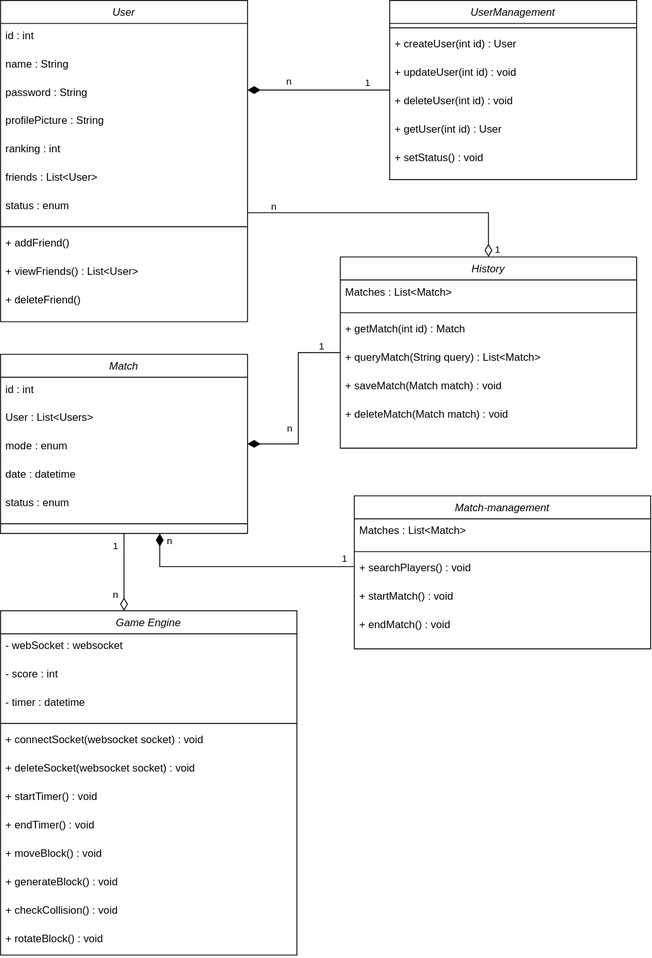
Before: docs/diagrams/class_diagram.svg, a diagram exported from draw.io (13TRIS/13TRIS). Source tidied: cells renumbered, new cells last; positions are measured from the earlier drawing's top-left corner, leaving out a move shared by most shapes.
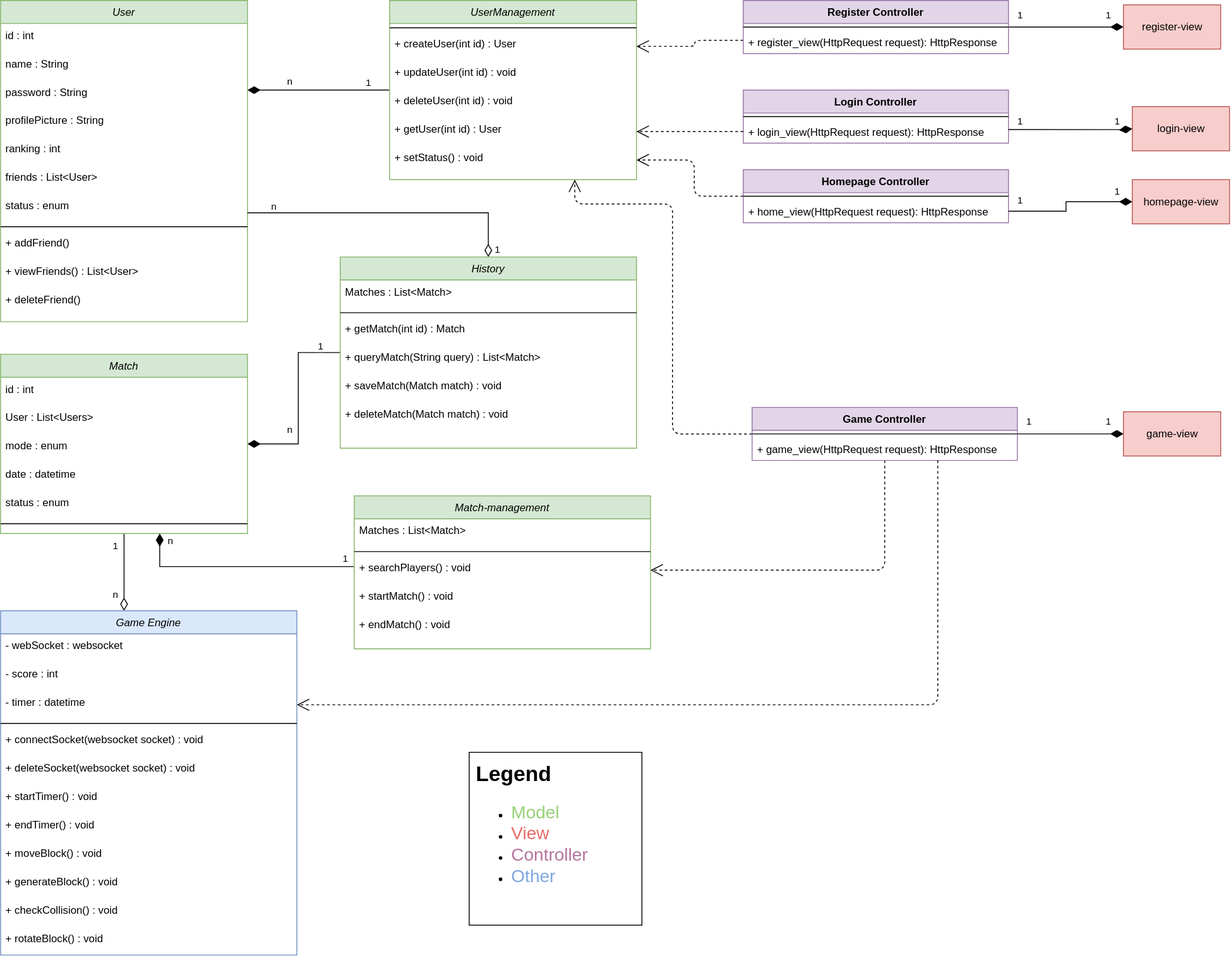
The same diagram one commit later.

Commit message:
TETRIS-73 : Updated SAD and class diagram. Data view and deployment view are still missing but should be added in the future.

Diff of the diagram source:
```diff
@@ -2,7 +2,7 @@
   <root>
     <mxCell id="0" />
     <mxCell id="1" parent="0" />
-    <mxCell id="2" value="User" style="swimlane;fontStyle=2;align=center;verticalAlign=top;horizontal=1;startSize=26;rounded=0;shadow=0;strokeWidth=1;" parent="1" vertex="1">
+    <mxCell id="2" value="User" style="swimlane;fontStyle=2;align=center;verticalAlign=top;horizontal=1;startSize=26;rounded=0;shadow=0;strokeWidth=1;fillColor=#d5e8d4;strokeColor=#82b366;" parent="1" vertex="1">
       <mxGeometry width="279.2" height="363.2" as="geometry" />
     </mxCell>
     <mxCell id="3" value="id : int" style="text;align=left;verticalAlign=top;spacingLeft=4;spacingRight=4;overflow=hidden;" parent="2" vertex="1">
@@ -56,7 +56,7 @@
         <mxPoint x="-1" y="-10" as="offset" />
       </mxGeometry>
     </mxCell>
-    <mxCell id="17" value="UserManagement" style="swimlane;fontStyle=2;align=center;verticalAlign=top;horizontal=1;startSize=26;rounded=0;shadow=0;strokeWidth=1;" parent="1" vertex="1">
+    <mxCell id="17" value="UserManagement" style="swimlane;fontStyle=2;align=center;verticalAlign=top;horizontal=1;startSize=26;rounded=0;shadow=0;strokeWidth=1;fillColor=#d5e8d4;strokeColor=#82b366;" parent="1" vertex="1">
       <mxGeometry x="440" width="279.2" height="202.6" as="geometry" />
     </mxCell>
     <mxCell id="18" style="line;html=1;strokeWidth=1;align=left;verticalAlign=middle;spacingTop=-1;spacingLeft=3;spacingRight=3;labelPosition=right;" parent="17" vertex="1">
@@ -95,7 +95,7 @@
         <mxPoint x="-10" y="3" as="offset" />
       </mxGeometry>
     </mxCell>
-    <mxCell id="27" value="Match" style="swimlane;fontStyle=2;align=center;verticalAlign=top;horizontal=1;startSize=26;rounded=0;shadow=0;strokeWidth=1;" parent="1" vertex="1">
+    <mxCell id="27" value="Match" style="swimlane;fontStyle=2;align=center;verticalAlign=top;horizontal=1;startSize=26;rounded=0;shadow=0;strokeWidth=1;fillColor=#d5e8d4;strokeColor=#82b366;" parent="1" vertex="1">
       <mxGeometry y="400" width="279.2" height="202.6" as="geometry" />
     </mxCell>
     <mxCell id="28" value="id : int" style="text;align=left;verticalAlign=top;spacingLeft=4;spacingRight=4;overflow=hidden;" parent="27" vertex="1">
@@ -146,7 +146,7 @@
         <mxPoint x="8" y="-6" as="offset" />
       </mxGeometry>
     </mxCell>
-    <mxCell id="40" value="History" style="swimlane;fontStyle=2;align=center;verticalAlign=top;horizontal=1;startSize=26;rounded=0;shadow=0;strokeWidth=1;" parent="1" vertex="1">
+    <mxCell id="40" value="History" style="swimlane;fontStyle=2;align=center;verticalAlign=top;horizontal=1;startSize=26;rounded=0;shadow=0;strokeWidth=1;fillColor=#d5e8d4;strokeColor=#82b366;" parent="1" vertex="1">
       <mxGeometry x="384.1" y="290" width="335.1" height="216.2" as="geometry" />
     </mxCell>
     <mxCell id="41" value="Matches : List&lt;Match&gt;" style="text;align=left;verticalAlign=top;spacingLeft=4;spacingRight=4;overflow=hidden;" parent="40" vertex="1">
@@ -184,7 +184,7 @@
         <mxPoint x="-80" y="-30" as="offset" />
       </mxGeometry>
     </mxCell>
-    <mxCell id="50" value="Match-management" style="swimlane;fontStyle=2;align=center;verticalAlign=top;horizontal=1;startSize=26;rounded=0;shadow=0;strokeWidth=1;" parent="1" vertex="1">
+    <mxCell id="50" value="Match-management" style="swimlane;fontStyle=2;align=center;verticalAlign=top;horizontal=1;startSize=26;rounded=0;shadow=0;strokeWidth=1;fillColor=#d5e8d4;strokeColor=#82b366;" parent="1" vertex="1">
       <mxGeometry x="400" y="560" width="335.1" height="172.9" as="geometry" />
     </mxCell>
     <mxCell id="51" value="Matches : List&lt;Match&gt;" style="text;align=left;verticalAlign=top;spacingLeft=4;spacingRight=4;overflow=hidden;" parent="50" vertex="1">
@@ -202,7 +202,7 @@
     <mxCell id="55" value="+ endMatch() : void" style="text;align=left;verticalAlign=top;spacingLeft=4;spacingRight=4;overflow=hidden;" parent="50" vertex="1">
       <mxGeometry y="132.2" width="335.1" height="32.1" as="geometry" />
     </mxCell>
-    <mxCell id="56" value="Game Engine" style="swimlane;fontStyle=2;align=center;verticalAlign=top;horizontal=1;startSize=26;rounded=0;shadow=0;strokeWidth=1;" parent="1" vertex="1">
+    <mxCell id="56" value="Game Engine" style="swimlane;fontStyle=2;align=center;verticalAlign=top;horizontal=1;startSize=26;rounded=0;shadow=0;strokeWidth=1;fillColor=#dae8fc;strokeColor=#6c8ebf;" parent="1" vertex="1">
       <mxGeometry y="690" width="335.1" height="389.2" as="geometry" />
     </mxCell>
     <mxCell id="57" value="- webSocket : websocket" style="text;align=left;verticalAlign=top;spacingLeft=4;spacingRight=4;overflow=hidden;" parent="56" vertex="1">
@@ -241,5 +241,149 @@
     <mxCell id="68" value="+ rotateBlock() : void" style="text;align=left;verticalAlign=top;spacingLeft=4;spacingRight=4;overflow=hidden;" parent="56" vertex="1">
       <mxGeometry y="357.1" width="335.1" height="32.1" as="geometry" />
     </mxCell>
+    <mxCell id="69" style="whiteSpace=wrap;html=1;" parent="1" vertex="1">
+      <mxGeometry x="530" y="850" width="195.4" height="195.4" as="geometry" />
+    </mxCell>
+    <mxCell id="70" value="&lt;h1&gt;Legend&lt;/h1&gt;&lt;p&gt;&lt;/p&gt;&lt;ul&gt;&lt;li&gt;&lt;font style=&quot;font-size: 20px&quot; color=&quot;#97d077&quot;&gt;Model&lt;/font&gt;&lt;/li&gt;&lt;li&gt;&lt;font style=&quot;font-size: 20px&quot; color=&quot;#ea6b66&quot;&gt;View&lt;/font&gt;&lt;/li&gt;&lt;li&gt;&lt;font style=&quot;font-size: 20px&quot; color=&quot;#b5739d&quot;&gt;Controller&lt;/font&gt;&lt;/li&gt;&lt;li&gt;&lt;font style=&quot;font-size: 20px&quot; color=&quot;#7ea6e0&quot;&gt;Other&lt;/font&gt;&lt;/li&gt;&lt;/ul&gt;&lt;p&gt;&lt;/p&gt;" style="text;html=1;strokeColor=none;fillColor=none;spacing=5;spacingTop=-20;whiteSpace=wrap;overflow=hidden;rounded=0;" parent="1" vertex="1">
+      <mxGeometry x="532.7" y="854.6" width="190" height="165.4" as="geometry" />
+    </mxCell>
+    <mxCell id="71" value="login-view" style="html=1;fillColor=#f8cecc;strokeColor=#b85450;" parent="1" vertex="1">
+      <mxGeometry x="1280" y="120" width="110" height="50" as="geometry" />
+    </mxCell>
+    <mxCell id="72" value="register-view" style="html=1;fillColor=#f8cecc;strokeColor=#b85450;" parent="1" vertex="1">
+      <mxGeometry x="1270" y="5" width="110" height="50" as="geometry" />
+    </mxCell>
+    <mxCell id="73" value="homepage-view" style="html=1;fillColor=#f8cecc;strokeColor=#b85450;" parent="1" vertex="1">
+      <mxGeometry x="1280" y="202.6" width="110" height="50" as="geometry" />
+    </mxCell>
+    <mxCell id="74" style="edgeStyle=orthogonalEdgeStyle;rounded=1;jettySize=auto;html=1;exitX=0;exitY=0.75;exitDx=0;exitDy=0;entryX=1;entryY=0.5;entryDx=0;entryDy=0;dashed=1;endArrow=open;endSize=12;" parent="1" edge="1" source="76" target="19">
+      <mxGeometry relative="1" as="geometry">
+        <Array as="points">
+          <mxPoint x="785" y="45" />
+          <mxPoint x="785" y="52" />
+        </Array>
+      </mxGeometry>
+    </mxCell>
+    <mxCell id="75" style="edgeStyle=orthogonalEdgeStyle;rounded=0;jettySize=auto;html=1;entryX=0;entryY=0.5;entryDx=0;entryDy=0;endFill=1;endArrow=diamondThin;endSize=12;startSize=12;" parent="1" edge="1" source="76" target="72">
+      <mxGeometry relative="1" as="geometry" />
+    </mxCell>
+    <mxCell id="76" value="Register Controller" style="swimlane;fontStyle=1;align=center;verticalAlign=top;horizontal=1;startSize=26;fillColor=#e1d5e7;strokeColor=#9673a6;" parent="1" vertex="1">
+      <mxGeometry x="840" width="300" height="60" as="geometry" />
+    </mxCell>
+    <mxCell id="77" style="line;strokeWidth=1;fillColor=none;align=left;verticalAlign=middle;spacingTop=-1;spacingLeft=3;spacingRight=3;labelPosition=right;" parent="76" vertex="1">
+      <mxGeometry y="26" width="300" height="8" as="geometry" />
+    </mxCell>
+    <mxCell id="78" value="+ register_view(HttpRequest request): HttpResponse" style="text;strokeColor=none;fillColor=none;align=left;verticalAlign=top;spacingLeft=4;spacingRight=4;overflow=hidden;" parent="76" vertex="1">
+      <mxGeometry y="34" width="300" height="26" as="geometry" />
+    </mxCell>
+    <mxCell id="79" value="Login Controller" style="swimlane;fontStyle=1;align=center;verticalAlign=top;horizontal=1;startSize=26;fillColor=#e1d5e7;strokeColor=#9673a6;" parent="1" vertex="1">
+      <mxGeometry x="840" y="101.3" width="300" height="60" as="geometry" />
+    </mxCell>
+    <mxCell id="80" style="line;strokeWidth=1;fillColor=none;align=left;verticalAlign=middle;spacingTop=-1;spacingLeft=3;spacingRight=3;labelPosition=right;" parent="79" vertex="1">
+      <mxGeometry y="26" width="300" height="8" as="geometry" />
+    </mxCell>
+    <mxCell id="81" value="+ login_view(HttpRequest request): HttpResponse" style="text;strokeColor=none;fillColor=none;align=left;verticalAlign=top;spacingLeft=4;spacingRight=4;overflow=hidden;points=[[0,0.5],[1,0.5]];portConstraint=eastwest;" parent="79" vertex="1">
+      <mxGeometry y="34" width="300" height="26" as="geometry" />
+    </mxCell>
+    <mxCell id="82" style="edgeStyle=orthogonalEdgeStyle;rounded=1;jettySize=auto;html=1;entryX=1;entryY=0.5;entryDx=0;entryDy=0;dashed=1;endArrow=open;endSize=12;" parent="1" edge="1" source="81" target="22">
+      <mxGeometry relative="1" as="geometry" />
+    </mxCell>
+    <mxCell id="83" value="1" style="edgeLabel;html=1;align=center;verticalAlign=middle;" parent="1" vertex="1">
+      <mxGeometry x="430" y="101.3" as="geometry">
+        <mxPoint x="722" y="-85" as="offset" />
+      </mxGeometry>
+    </mxCell>
+    <mxCell id="84" value="1" style="edgeLabel;html=1;align=center;verticalAlign=middle;" parent="1" vertex="1">
+      <mxGeometry x="530" y="101.3" as="geometry">
+        <mxPoint x="722" y="-85" as="offset" />
+      </mxGeometry>
+    </mxCell>
+    <mxCell id="85" style="edgeStyle=orthogonalEdgeStyle;rounded=0;jettySize=auto;html=1;entryX=0;entryY=0.5;entryDx=0;entryDy=0;endFill=1;endArrow=diamondThin;endSize=12;startSize=12;" parent="1" edge="1" target="71">
+      <mxGeometry relative="1" as="geometry">
+        <mxPoint x="1140" y="146" as="sourcePoint" />
+        <Array as="points">
+          <mxPoint x="1270" y="146" />
+        </Array>
+      </mxGeometry>
+    </mxCell>
+    <mxCell id="86" value="1" style="edgeLabel;html=1;align=center;verticalAlign=middle;" parent="1" vertex="1">
+      <mxGeometry x="540" y="221.3" as="geometry">
+        <mxPoint x="722" y="-85" as="offset" />
+      </mxGeometry>
+    </mxCell>
+    <mxCell id="87" value="1" style="edgeLabel;html=1;align=center;verticalAlign=middle;" parent="1" vertex="1">
+      <mxGeometry x="430" y="221.3" as="geometry">
+        <mxPoint x="722" y="-85" as="offset" />
+      </mxGeometry>
+    </mxCell>
+    <mxCell id="88" style="edgeStyle=orthogonalEdgeStyle;rounded=1;jettySize=auto;html=1;entryX=1;entryY=0.5;entryDx=0;entryDy=0;dashed=1;endArrow=open;endSize=12;" parent="1" edge="1" source="89" target="23">
+      <mxGeometry relative="1" as="geometry" />
+    </mxCell>
+    <mxCell id="89" value="Homepage Controller" style="swimlane;fontStyle=1;align=center;verticalAlign=top;horizontal=1;startSize=26;fillColor=#e1d5e7;strokeColor=#9673a6;" parent="1" vertex="1">
+      <mxGeometry x="840" y="191.3" width="300" height="60" as="geometry" />
+    </mxCell>
+    <mxCell id="90" style="line;strokeWidth=1;fillColor=none;align=left;verticalAlign=middle;spacingTop=-1;spacingLeft=3;spacingRight=3;labelPosition=right;" parent="89" vertex="1">
+      <mxGeometry y="26" width="300" height="8" as="geometry" />
+    </mxCell>
+    <mxCell id="91" value="+ home_view(HttpRequest request): HttpResponse" style="text;strokeColor=none;fillColor=none;align=left;verticalAlign=top;spacingLeft=4;spacingRight=4;overflow=hidden;points=[[0,0.5],[1,0.5]];portConstraint=eastwest;" parent="89" vertex="1">
+      <mxGeometry y="34" width="300" height="26" as="geometry" />
+    </mxCell>
+    <mxCell id="92" style="edgeStyle=orthogonalEdgeStyle;rounded=0;jettySize=auto;html=1;entryX=0;entryY=0.5;entryDx=0;entryDy=0;endFill=1;endArrow=diamondThin;endSize=12;startSize=12;" parent="1" edge="1" source="91" target="73">
+      <mxGeometry relative="1" as="geometry" />
+    </mxCell>
+    <mxCell id="93" value="1" style="edgeLabel;html=1;align=center;verticalAlign=middle;" parent="1" vertex="1">
+      <mxGeometry x="430" y="310" as="geometry">
+        <mxPoint x="722" y="-85" as="offset" />
+      </mxGeometry>
+    </mxCell>
+    <mxCell id="94" value="1" style="edgeLabel;html=1;align=center;verticalAlign=middle;" parent="1" vertex="1">
+      <mxGeometry x="540" y="300" as="geometry">
+        <mxPoint x="722" y="-85" as="offset" />
+      </mxGeometry>
+    </mxCell>
+    <mxCell id="95" value="game-view" style="html=1;fillColor=#f8cecc;strokeColor=#b85450;" parent="1" vertex="1">
+      <mxGeometry x="1270" y="465" width="110" height="50" as="geometry" />
+    </mxCell>
+    <mxCell id="96" style="edgeStyle=orthogonalEdgeStyle;rounded=1;jettySize=auto;html=1;entryX=1;entryY=0.5;entryDx=0;entryDy=0;dashed=1;endArrow=open;endSize=12;" parent="1" edge="1" source="99" target="53">
+      <mxGeometry relative="1" as="geometry" />
+    </mxCell>
+    <mxCell id="97" style="edgeStyle=orthogonalEdgeStyle;rounded=1;jettySize=auto;html=1;entryX=0.75;entryY=1;entryDx=0;entryDy=0;dashed=1;endArrow=open;endSize=12;" parent="1" edge="1" source="99" target="17">
+      <mxGeometry relative="1" as="geometry">
+        <Array as="points">
+          <mxPoint x="760" y="490" />
+          <mxPoint x="760" y="230" />
+          <mxPoint x="649" y="230" />
+        </Array>
+      </mxGeometry>
+    </mxCell>
+    <mxCell id="98" style="edgeStyle=orthogonalEdgeStyle;rounded=0;jettySize=auto;html=1;entryX=0;entryY=0.5;entryDx=0;entryDy=0;endFill=1;endArrow=diamondThin;endSize=12;startSize=12;" parent="1" edge="1" source="99" target="95">
+      <mxGeometry relative="1" as="geometry" />
+    </mxCell>
+    <mxCell id="99" value="Game Controller" style="swimlane;fontStyle=1;align=center;verticalAlign=top;horizontal=1;startSize=26;fillColor=#e1d5e7;strokeColor=#9673a6;" parent="1" vertex="1">
+      <mxGeometry x="850" y="460" width="300" height="60" as="geometry" />
+    </mxCell>
+    <mxCell id="100" style="line;strokeWidth=1;fillColor=none;align=left;verticalAlign=middle;spacingTop=-1;spacingLeft=3;spacingRight=3;labelPosition=right;" parent="99" vertex="1">
+      <mxGeometry y="26" width="300" height="8" as="geometry" />
+    </mxCell>
+    <mxCell id="101" value="+ game_view(HttpRequest request): HttpResponse" style="text;strokeColor=none;fillColor=none;align=left;verticalAlign=top;spacingLeft=4;spacingRight=4;overflow=hidden;points=[[0,0.5],[1,0.5]];portConstraint=eastwest;" parent="99" vertex="1">
+      <mxGeometry y="34" width="300" height="26" as="geometry" />
+    </mxCell>
+    <mxCell id="102" value="1" style="edgeLabel;html=1;align=center;verticalAlign=middle;" parent="1" vertex="1">
+      <mxGeometry x="440" y="560" as="geometry">
+        <mxPoint x="722" y="-85" as="offset" />
+      </mxGeometry>
+    </mxCell>
+    <mxCell id="103" value="1" style="edgeLabel;html=1;align=center;verticalAlign=middle;" parent="1" vertex="1">
+      <mxGeometry x="530" y="560" as="geometry">
+        <mxPoint x="722" y="-85" as="offset" />
+      </mxGeometry>
+    </mxCell>
+    <mxCell id="104" style="edgeStyle=orthogonalEdgeStyle;rounded=1;jettySize=auto;html=1;entryX=1;entryY=0.5;entryDx=0;entryDy=0;endArrow=open;endSize=12;dashed=1;" parent="1" edge="1" source="101" target="59">
+      <mxGeometry relative="1" as="geometry">
+        <Array as="points">
+          <mxPoint x="1060" y="796" />
+        </Array>
+      </mxGeometry>
+    </mxCell>
   </root>
 </mxGraphModel>
```
